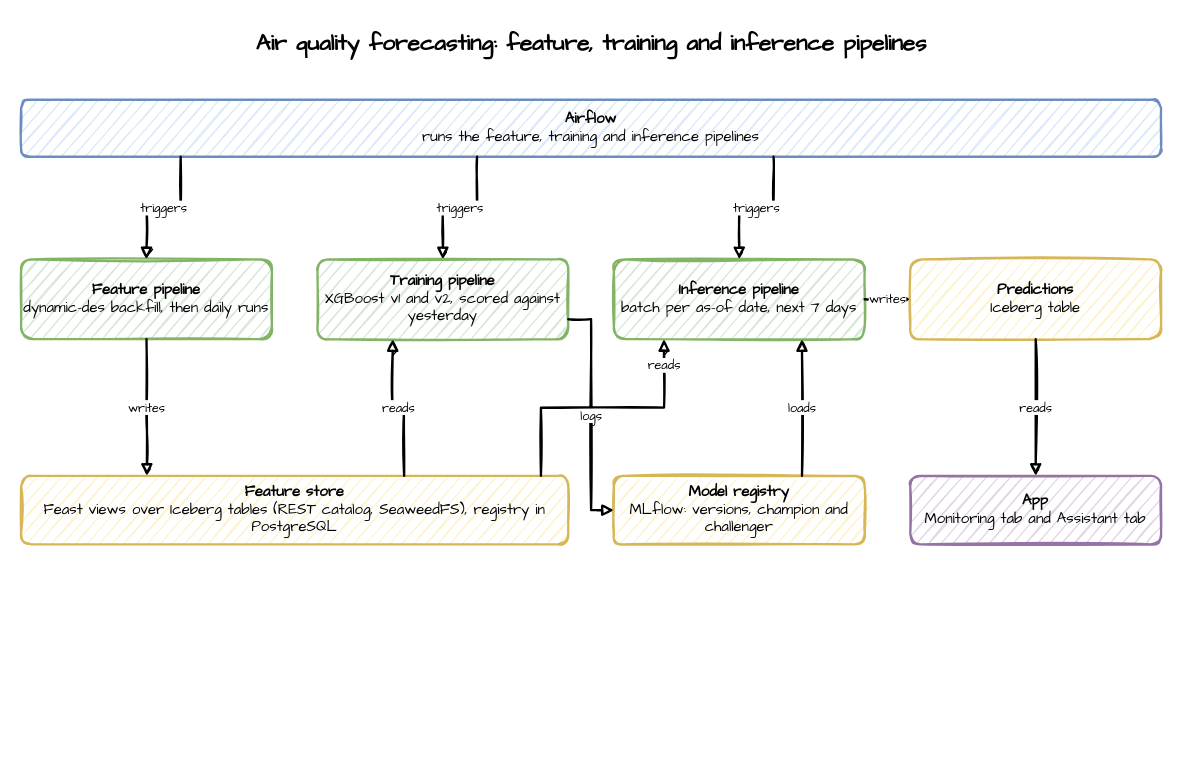
Before: air-quality/images/architecture.drawio in jaehyeon-kim/benchtop, a draw.io diagram. Source tidied: cells renumbered, new cells numbered last; positions are measured from the earlier drawing's top-left corner, leaving out a move shared by most shapes. Both pictures are drawn from the tidied source at 114%, with x=0, y=0 at pixel (21, 19).
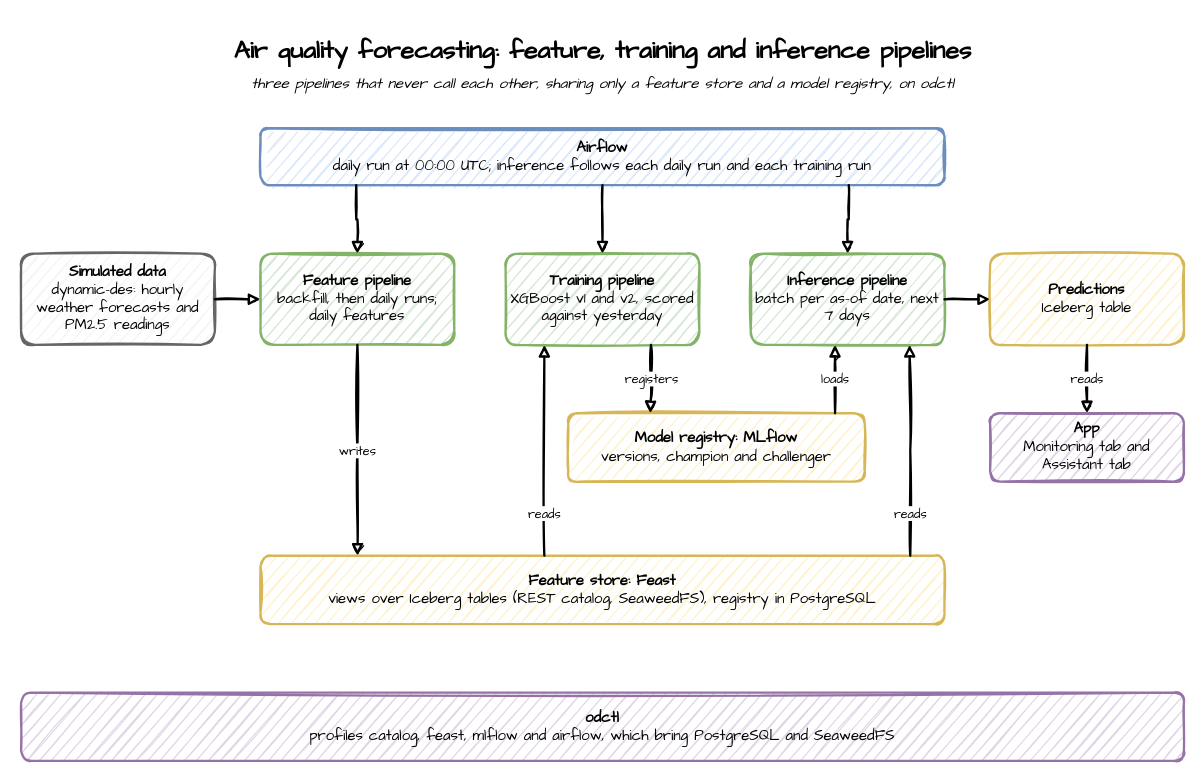
Above is the later version.

Commit message (it also covers changes not shown here):
Redraw the air-quality diagrams in the sketch style

The edit, as a diff of the source:
```diff
@@
-    <mxCell id="2" value="Air quality forecasting: feature, training and inference pipelines" style="text;html=1;align=center;verticalAlign=middle;fontFamily=Comic Sans MS;fontSize=20;fontStyle=1;strokeColor=none;fillColor=none;" parent="1" vertex="1">
-      <mxGeometry width="1000" height="40" as="geometry" />
+    <mxCell id="2" value="Air quality forecasting: feature, training and inference pipelines" style="text;html=1;align=center;verticalAlign=middle;fontFamily=Comic Sans MS;fontSize=22;fontStyle=1;strokeColor=none;fillColor=none;" parent="1" vertex="1">
+      <mxGeometry y="10" width="1020" height="36" as="geometry" />
     </mxCell>
-    <mxCell id="3" value="&lt;b&gt;Airflow&lt;/b&gt;&lt;br&gt;runs the feature, training and inference pipelines" style="sketch=1;fontFamily=Comic Sans MS;strokeWidth=2;html=1;rounded=1;whiteSpace=wrap;fontSize=13;fillColor=#dae8fc;strokeColor=#6c8ebf;" parent="1" vertex="1">
-      <mxGeometry y="70" width="1000" height="50" as="geometry" />
-    </mxCell>
+    <mxCell id="21" value="three pipelines that never call each other, sharing only a feature store and a model registry, on odctl" style="text;html=1;align=center;verticalAlign=middle;fontFamily=Comic Sans MS;fontSize=13;fontStyle=2;strokeColor=none;fillColor=none;" parent="1" vertex="1">
+      <mxGeometry y="44" width="1020" height="24" as="geometry" />
+    </mxCell>
+    <mxCell id="22" value="&lt;b&gt;Airflow&lt;/b&gt;&lt;br&gt;daily run at 00:00 UTC; inference follows each daily run and each training run" style="sketch=1;fontFamily=Comic Sans MS;strokeWidth=2;html=1;rounded=1;whiteSpace=wrap;fontSize=13;fillColor=#dae8fc;strokeColor=#6c8ebf;" parent="1" vertex="1">
+      <mxGeometry x="210" y="95" width="600" height="50" as="geometry" />
+    </mxCell>
+    <mxCell id="23" value="&lt;b&gt;Simulated data&lt;/b&gt;&lt;br&gt;dynamic-des: hourly weather forecasts and PM2.5 readings" style="sketch=1;fontFamily=Comic Sans MS;strokeWidth=2;html=1;rounded=1;whiteSpace=wrap;fontSize=13;fillColor=#f5f5f5;strokeColor=#666666;" parent="1" vertex="1">
+      <mxGeometry y="205" width="170" height="80" as="geometry" />
+    </mxCell>
-    <mxCell id="4" value="&lt;b&gt;Feature pipeline&lt;/b&gt;&lt;br&gt;dynamic-des backfill, then daily runs" style="sketch=1;fontFamily=Comic Sans MS;strokeWidth=2;html=1;rounded=1;whiteSpace=wrap;fontSize=13;fillColor=#d5e8d4;strokeColor=#82b366;" parent="1" vertex="1">
-      <mxGeometry y="210" width="220" height="70" as="geometry" />
+    <mxCell id="4" value="&lt;b&gt;Feature pipeline&lt;/b&gt;&lt;br&gt;backfill, then daily runs; daily features" style="sketch=1;fontFamily=Comic Sans MS;strokeWidth=2;html=1;rounded=1;whiteSpace=wrap;fontSize=13;fillColor=#d5e8d4;strokeColor=#82b366;" parent="1" vertex="1">
+      <mxGeometry x="210" y="205" width="170" height="80" as="geometry" />
     </mxCell>
     <mxCell id="5" value="&lt;b&gt;Training pipeline&lt;/b&gt;&lt;br&gt;XGBoost v1 and v2, scored against yesterday" style="sketch=1;fontFamily=Comic Sans MS;strokeWidth=2;html=1;rounded=1;whiteSpace=wrap;fontSize=13;fillColor=#d5e8d4;strokeColor=#82b366;" parent="1" vertex="1">
-      <mxGeometry x="260" y="210" width="220" height="70" as="geometry" />
+      <mxGeometry x="425" y="205" width="170" height="80" as="geometry" />
     </mxCell>
     <mxCell id="6" value="&lt;b&gt;Inference pipeline&lt;/b&gt;&lt;br&gt;batch per as-of date, next 7 days" style="sketch=1;fontFamily=Comic Sans MS;strokeWidth=2;html=1;rounded=1;whiteSpace=wrap;fontSize=13;fillColor=#d5e8d4;strokeColor=#82b366;" parent="1" vertex="1">
-      <mxGeometry x="520" y="210" width="220" height="70" as="geometry" />
+      <mxGeometry x="640" y="205" width="170" height="80" as="geometry" />
     </mxCell>
     <mxCell id="7" value="&lt;b&gt;Predictions&lt;/b&gt;&lt;br&gt;Iceberg table" style="sketch=1;fontFamily=Comic Sans MS;strokeWidth=2;html=1;rounded=1;whiteSpace=wrap;fontSize=13;fillColor=#fff2cc;strokeColor=#d6b656;" parent="1" vertex="1">
-      <mxGeometry x="780" y="210" width="220" height="70" as="geometry" />
+      <mxGeometry x="850" y="205" width="170" height="80" as="geometry" />
     </mxCell>
-    <mxCell id="8" value="&lt;b&gt;Feature store&lt;/b&gt;&lt;br&gt;Feast views over Iceberg tables (REST catalog, SeaweedFS), registry in PostgreSQL" style="sketch=1;fontFamily=Comic Sans MS;strokeWidth=2;html=1;rounded=1;whiteSpace=wrap;fontSize=13;fillColor=#fff2cc;strokeColor=#d6b656;" parent="1" vertex="1">
-      <mxGeometry y="400" width="480" height="60" as="geometry" />
-    </mxCell>
-    <mxCell id="9" value="&lt;b&gt;Model registry&lt;/b&gt;&lt;br&gt;MLflow: versions, champion and challenger" style="sketch=1;fontFamily=Comic Sans MS;strokeWidth=2;html=1;rounded=1;whiteSpace=wrap;fontSize=13;fillColor=#fff2cc;strokeColor=#d6b656;" parent="1" vertex="1">
-      <mxGeometry x="520" y="400" width="220" height="60" as="geometry" />
+    <mxCell id="9" value="&lt;b&gt;Model registry: MLflow&lt;/b&gt;&lt;br&gt;versions, champion and challenger" style="sketch=1;fontFamily=Comic Sans MS;strokeWidth=2;html=1;rounded=1;whiteSpace=wrap;fontSize=13;fillColor=#fff2cc;strokeColor=#d6b656;" parent="1" vertex="1">
+      <mxGeometry x="480" y="345" width="260" height="60" as="geometry" />
     </mxCell>
     <mxCell id="10" value="&lt;b&gt;App&lt;/b&gt;&lt;br&gt;Monitoring tab and Assistant tab" style="sketch=1;fontFamily=Comic Sans MS;strokeWidth=2;html=1;rounded=1;whiteSpace=wrap;fontSize=13;fillColor=#e1d5e7;strokeColor=#9673a6;" parent="1" vertex="1">
-      <mxGeometry x="780" y="400" width="220" height="60" as="geometry" />
+      <mxGeometry x="850" y="345" width="170" height="60" as="geometry" />
     </mxCell>
+    <mxCell id="8" value="&lt;b&gt;Feature store: Feast&lt;/b&gt;&lt;br&gt;views over Iceberg tables (REST catalog, SeaweedFS), registry in PostgreSQL" style="sketch=1;fontFamily=Comic Sans MS;strokeWidth=2;html=1;rounded=1;whiteSpace=wrap;fontSize=13;fillColor=#fff2cc;strokeColor=#d6b656;" parent="1" vertex="1">
+      <mxGeometry x="210" y="470" width="600" height="60" as="geometry" />
+    </mxCell>
+    <mxCell id="24" value="&lt;b&gt;odctl&lt;/b&gt;&lt;br&gt;profiles catalog, feast, mlflow and airflow, which bring PostgreSQL and SeaweedFS" style="sketch=1;fontFamily=Comic Sans MS;strokeWidth=2;html=1;rounded=1;whiteSpace=wrap;fontSize=13;fillColor=#e1d5e7;strokeColor=#9673a6;" parent="1" vertex="1">
+      <mxGeometry y="590" width="1020" height="60" as="geometry" />
+    </mxCell>
-    <mxCell id="11" value="triggers" style="sketch=1;fontFamily=Comic Sans MS;strokeWidth=2;html=1;edgeStyle=orthogonalEdgeStyle;rounded=0;endArrow=block;endFill=1;fontSize=11;labelBackgroundColor=#ffffff;exitX=0.14;exitY=1;entryX=0.5;entryY=0;" parent="1" edge="1" source="3" target="4">
+    <mxCell id="11" style="sketch=1;fontFamily=Comic Sans MS;strokeWidth=2;html=1;edgeStyle=orthogonalEdgeStyle;rounded=0;endArrow=block;endFill=1;fontSize=11;labelBackgroundColor=#ffffff;exitX=0.14;exitY=1;entryX=0.5;entryY=0;" parent="1" edge="1" source="22" target="4">
       <mxGeometry relative="1" as="geometry" />
     </mxCell>
-    <mxCell id="12" value="triggers" style="sketch=1;fontFamily=Comic Sans MS;strokeWidth=2;html=1;edgeStyle=orthogonalEdgeStyle;rounded=0;endArrow=block;endFill=1;fontSize=11;labelBackgroundColor=#ffffff;exitX=0.4;exitY=1;entryX=0.5;entryY=0;" parent="1" edge="1" source="3" target="5">
+    <mxCell id="12" style="sketch=1;fontFamily=Comic Sans MS;strokeWidth=2;html=1;edgeStyle=orthogonalEdgeStyle;rounded=0;endArrow=block;endFill=1;fontSize=11;labelBackgroundColor=#ffffff;exitX=0.5;exitY=1;entryX=0.5;entryY=0;" parent="1" edge="1" source="22" target="5">
       <mxGeometry relative="1" as="geometry" />
     </mxCell>
-    <mxCell id="13" value="triggers" style="sketch=1;fontFamily=Comic Sans MS;strokeWidth=2;html=1;edgeStyle=orthogonalEdgeStyle;rounded=0;endArrow=block;endFill=1;fontSize=11;labelBackgroundColor=#ffffff;exitX=0.66;exitY=1;entryX=0.5;entryY=0;" parent="1" edge="1" source="3" target="6">
+    <mxCell id="13" style="sketch=1;fontFamily=Comic Sans MS;strokeWidth=2;html=1;edgeStyle=orthogonalEdgeStyle;rounded=0;endArrow=block;endFill=1;fontSize=11;labelBackgroundColor=#ffffff;exitX=0.86;exitY=1;entryX=0.5;entryY=0;" parent="1" edge="1" source="22" target="6">
       <mxGeometry relative="1" as="geometry" />
     </mxCell>
-    <mxCell id="14" value="writes" style="sketch=1;fontFamily=Comic Sans MS;strokeWidth=2;html=1;edgeStyle=orthogonalEdgeStyle;rounded=0;endArrow=block;endFill=1;fontSize=11;labelBackgroundColor=#ffffff;exitX=0.5;exitY=1;entryX=0.23;entryY=0;" parent="1" edge="1" source="4" target="8">
+    <mxCell id="14" style="sketch=1;fontFamily=Comic Sans MS;strokeWidth=2;html=1;edgeStyle=orthogonalEdgeStyle;rounded=0;endArrow=block;endFill=1;fontSize=11;labelBackgroundColor=#ffffff;exitX=1;exitY=0.5;entryX=0;entryY=0.5;" parent="1" edge="1" source="23" target="4">
       <mxGeometry relative="1" as="geometry" />
     </mxCell>
-    <mxCell id="15" value="reads" style="sketch=1;fontFamily=Comic Sans MS;strokeWidth=2;html=1;edgeStyle=orthogonalEdgeStyle;rounded=0;endArrow=block;endFill=1;fontSize=11;labelBackgroundColor=#ffffff;exitX=0.7;exitY=0;entryX=0.3;entryY=1;" parent="1" edge="1" source="8" target="5">
+    <mxCell id="15" value="writes" style="sketch=1;fontFamily=Comic Sans MS;strokeWidth=2;html=1;edgeStyle=orthogonalEdgeStyle;rounded=0;endArrow=block;endFill=1;fontSize=11;labelBackgroundColor=#ffffff;exitX=0.5;exitY=1;entryX=0.142;entryY=0;" parent="1" edge="1" source="4" target="8">
       <mxGeometry relative="1" as="geometry" />
     </mxCell>
-    <mxCell id="16" value="logs" style="sketch=1;fontFamily=Comic Sans MS;strokeWidth=2;html=1;edgeStyle=orthogonalEdgeStyle;rounded=0;endArrow=block;endFill=1;fontSize=11;labelBackgroundColor=#ffffff;exitX=1;exitY=0.75;entryX=0;entryY=0.5;" parent="1" edge="1" source="5" target="9">
-      <mxGeometry relative="1" as="geometry" />
+    <mxCell id="16" value="reads" style="sketch=1;fontFamily=Comic Sans MS;strokeWidth=2;html=1;edgeStyle=orthogonalEdgeStyle;rounded=0;endArrow=block;endFill=1;fontSize=11;labelBackgroundColor=#ffffff;exitX=0.415;exitY=0;entryX=0.2;entryY=1;" parent="1" edge="1" source="8" target="5">
+      <mxGeometry x="-0.6" relative="1" as="geometry" />
     </mxCell>
-    <mxCell id="17" value="loads" style="sketch=1;fontFamily=Comic Sans MS;strokeWidth=2;html=1;edgeStyle=orthogonalEdgeStyle;rounded=0;endArrow=block;endFill=1;fontSize=11;labelBackgroundColor=#ffffff;exitX=0.75;exitY=0;entryX=0.75;entryY=1;" parent="1" edge="1" source="9" target="6">
+    <mxCell id="17" value="registers" style="sketch=1;fontFamily=Comic Sans MS;strokeWidth=2;html=1;edgeStyle=orthogonalEdgeStyle;rounded=0;endArrow=block;endFill=1;fontSize=11;labelBackgroundColor=#ffffff;exitX=0.75;exitY=1;entryX=0.277;entryY=0;" parent="1" edge="1" source="5" target="9">
       <mxGeometry relative="1" as="geometry" />
     </mxCell>
-    <mxCell id="18" value="reads" style="sketch=1;fontFamily=Comic Sans MS;strokeWidth=2;html=1;edgeStyle=orthogonalEdgeStyle;rounded=0;endArrow=block;endFill=1;fontSize=11;labelBackgroundColor=#ffffff;exitX=0.95;exitY=0;entryX=0.2;entryY=1;" parent="1" edge="1" source="8" target="6">
-      <mxGeometry x="0.8" relative="1" as="geometry" />
+    <mxCell id="18" value="loads" style="sketch=1;fontFamily=Comic Sans MS;strokeWidth=2;html=1;edgeStyle=orthogonalEdgeStyle;rounded=0;endArrow=block;endFill=1;fontSize=11;labelBackgroundColor=#ffffff;exitX=0.9;exitY=0;entryX=0.435;entryY=1;" parent="1" edge="1" source="9" target="6">
+      <mxGeometry relative="1" as="geometry" />
     </mxCell>
-    <mxCell id="19" value="writes" style="sketch=1;fontFamily=Comic Sans MS;strokeWidth=2;html=1;edgeStyle=orthogonalEdgeStyle;rounded=0;endArrow=block;endFill=1;fontSize=11;labelBackgroundColor=#ffffff;exitX=1;exitY=0.5;entryX=0;entryY=0.5;" parent="1" edge="1" source="6" target="7">
-      <mxGeometry relative="1" as="geometry" />
+    <mxCell id="19" value="reads" style="sketch=1;fontFamily=Comic Sans MS;strokeWidth=2;html=1;edgeStyle=orthogonalEdgeStyle;rounded=0;endArrow=block;endFill=1;fontSize=11;labelBackgroundColor=#ffffff;exitX=0.95;exitY=0;entryX=0.82;entryY=1;" parent="1" edge="1" source="8" target="6">
+      <mxGeometry x="-0.6" relative="1" as="geometry" />
     </mxCell>
-    <mxCell id="20" value="reads" style="sketch=1;fontFamily=Comic Sans MS;strokeWidth=2;html=1;edgeStyle=orthogonalEdgeStyle;rounded=0;endArrow=block;endFill=1;fontSize=11;labelBackgroundColor=#ffffff;exitX=0.5;exitY=1;entryX=0.5;entryY=0;" parent="1" edge="1" source="7" target="10">
+    <mxCell id="20" style="sketch=1;fontFamily=Comic Sans MS;strokeWidth=2;html=1;edgeStyle=orthogonalEdgeStyle;rounded=0;endArrow=block;endFill=1;fontSize=11;labelBackgroundColor=#ffffff;exitX=1;exitY=0.5;entryX=0;entryY=0.5;" parent="1" edge="1" source="6" target="7">
       <mxGeometry relative="1" as="geometry" />
     </mxCell>
+    <mxCell id="25" value="reads" style="sketch=1;fontFamily=Comic Sans MS;strokeWidth=2;html=1;edgeStyle=orthogonalEdgeStyle;rounded=0;endArrow=block;endFill=1;fontSize=11;labelBackgroundColor=#ffffff;exitX=0.5;exitY=1;entryX=0.5;entryY=0;" parent="1" edge="1" source="7" target="10">
+      <mxGeometry relative="1" as="geometry" />
+    </mxCell>
```
